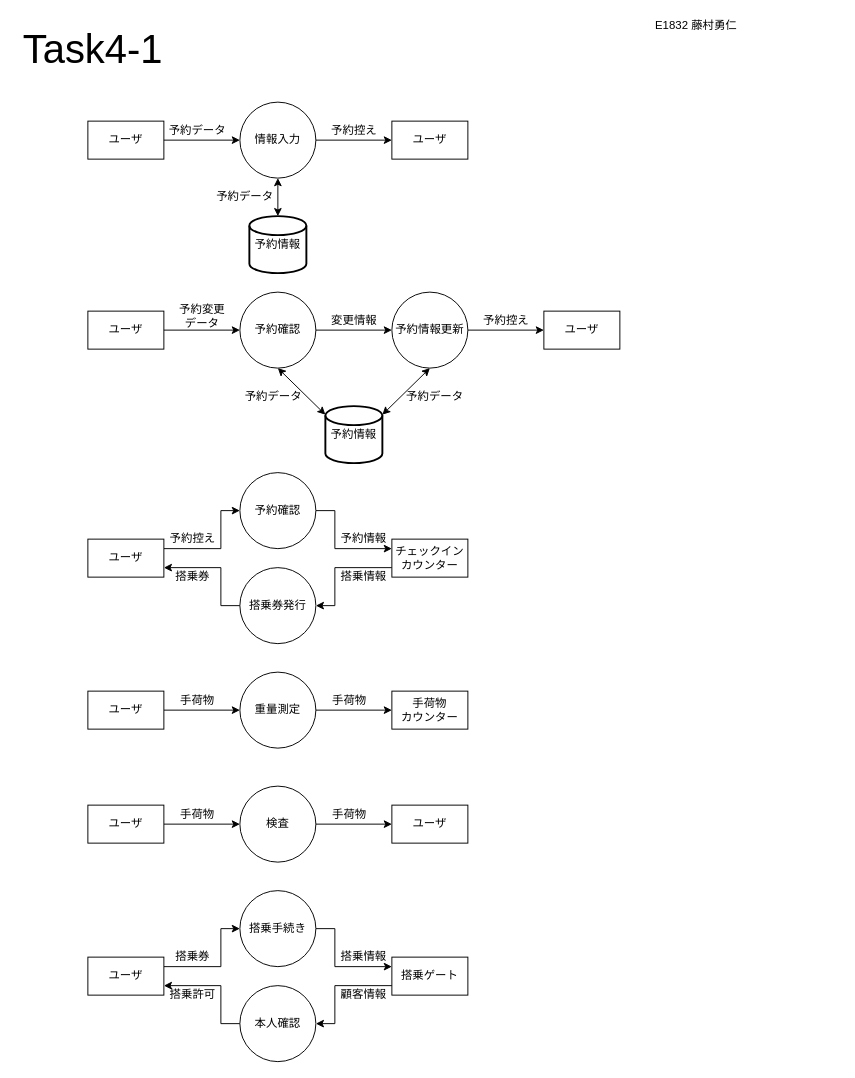
The draw.io diagram softwear/04/task4-1.drawio in fjmrytfjsn/5th, before the edit. Source tidied: cells renumbered, new cells numbered last; positions are measured from the earlier drawing's top-left corner, leaving out a move shared by most shapes. Both pictures are drawn from the tidied source at 95%, with x=0, y=0 at pixel (16, 16).
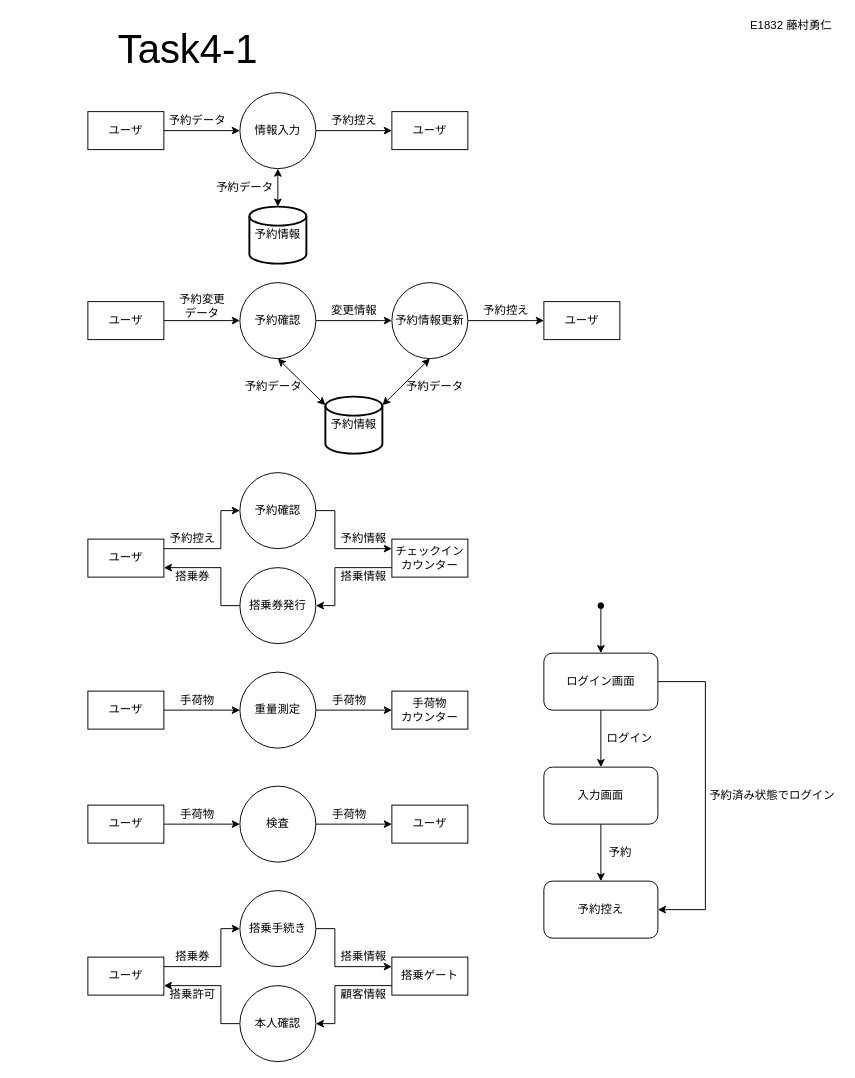
The same diagram, later.

Change to the diagram source:
```diff
@@
     <mxCell id="2" value="ユーザ" style="rounded=0;whiteSpace=wrap;html=1;" parent="1" vertex="1">
-      <mxGeometry x="75" y="110" width="80" height="40" as="geometry" />
+      <mxGeometry x="75" y="100" width="80" height="40" as="geometry" />
     </mxCell>
@@
     <mxCell id="4" value="情報入力" style="ellipse;whiteSpace=wrap;html=1;" parent="1" vertex="1">
-      <mxGeometry x="235" y="90" width="80" height="80" as="geometry" />
+      <mxGeometry x="235" y="80" width="80" height="80" as="geometry" />
     </mxCell>
@@
     <mxCell id="6" value="ユーザ" style="rounded=0;whiteSpace=wrap;html=1;" parent="1" vertex="1">
-      <mxGeometry x="75" y="310" width="80" height="40" as="geometry" />
+      <mxGeometry x="75" y="300" width="80" height="40" as="geometry" />
     </mxCell>
     <mxCell id="7" value="予約データ" style="text;html=1;align=center;verticalAlign=middle;strokeColor=none;fillColor=none;" parent="1" vertex="1">
-      <mxGeometry x="155" y="110" width="70" height="20" as="geometry" />
+      <mxGeometry x="155" y="100" width="70" height="20" as="geometry" />
     </mxCell>
     <mxCell id="8" value="ユーザ" style="rounded=0;whiteSpace=wrap;html=1;" parent="1" vertex="1">
-      <mxGeometry x="395" y="110" width="80" height="40" as="geometry" />
+      <mxGeometry x="395" y="100" width="80" height="40" as="geometry" />
     </mxCell>
     <mxCell id="9" value="予約情報" style="strokeWidth=2;html=1;shape=mxgraph.flowchart.database;whiteSpace=wrap;" parent="1" vertex="1">
-      <mxGeometry x="245" y="210" width="60" height="60" as="geometry" />
+      <mxGeometry x="245" y="200" width="60" height="60" as="geometry" />
     </mxCell>
     <mxCell id="10" style="endArrow=classic;html=1;rounded=0;exitX=0.5;exitY=1;exitDx=0;exitDy=0;entryX=0.5;entryY=0;entryDx=0;entryDy=0;entryPerimeter=0;startArrow=classic;startFill=1;" parent="1" edge="1" target="9">
       <mxGeometry relative="1" as="geometry">
-        <mxPoint x="275" y="170" as="sourcePoint" />
+        <mxPoint x="275" y="160" as="sourcePoint" />
       </mxGeometry>
     </mxCell>
     <mxCell id="11" value="予約データ" style="text;html=1;align=center;verticalAlign=middle;strokeColor=none;fillColor=none;" parent="1" vertex="1">
-      <mxGeometry x="205" y="180" width="70" height="20" as="geometry" />
+      <mxGeometry x="205" y="170" width="70" height="20" as="geometry" />
     </mxCell>
     <mxCell id="12" value="予約控え" style="text;html=1;align=center;verticalAlign=middle;strokeColor=none;fillColor=none;" parent="1" vertex="1">
-      <mxGeometry x="325" y="110" width="60" height="20" as="geometry" />
+      <mxGeometry x="325" y="100" width="60" height="20" as="geometry" />
     </mxCell>
     <mxCell id="13" value="予約情報" style="strokeWidth=2;html=1;shape=mxgraph.flowchart.database;whiteSpace=wrap;" parent="1" vertex="1">
-      <mxGeometry x="325" y="410" width="60" height="60" as="geometry" />
+      <mxGeometry x="325" y="400" width="60" height="60" as="geometry" />
     </mxCell>
     <mxCell id="14" style="endArrow=classic;html=1;rounded=0;exitX=0.5;exitY=1;exitDx=0;exitDy=0;entryX=0;entryY=0.15;entryDx=0;entryDy=0;entryPerimeter=0;startArrow=classic;startFill=1;" parent="1" edge="1" target="13">
       <mxGeometry relative="1" as="geometry">
-        <mxPoint x="275" y="370" as="sourcePoint" />
+        <mxPoint x="275" y="360" as="sourcePoint" />
       </mxGeometry>
     </mxCell>
     <mxCell id="15" value="予約データ" style="text;html=1;align=center;verticalAlign=middle;strokeColor=none;fillColor=none;" parent="1" vertex="1">
-      <mxGeometry x="235" y="390" width="70" height="20" as="geometry" />
+      <mxGeometry x="235" y="380" width="70" height="20" as="geometry" />
     </mxCell>
@@
     <mxCell id="17" value="予約確認" style="ellipse;whiteSpace=wrap;html=1;" parent="1" vertex="1">
-      <mxGeometry x="235" y="290" width="80" height="80" as="geometry" />
+      <mxGeometry x="235" y="280" width="80" height="80" as="geometry" />
     </mxCell>
@@
     <mxCell id="19" value="&lt;div&gt;予約変更&lt;/div&gt;&lt;div&gt;データ&lt;/div&gt;" style="text;html=1;align=center;verticalAlign=middle;strokeColor=none;fillColor=none;" parent="1" vertex="1">
-      <mxGeometry x="165" y="300" width="60" height="30" as="geometry" />
+      <mxGeometry x="165" y="290" width="60" height="30" as="geometry" />
     </mxCell>
@@
     <mxCell id="21" value="予約情報更新" style="ellipse;whiteSpace=wrap;html=1;" parent="1" vertex="1">
-      <mxGeometry x="395" y="290" width="80" height="80" as="geometry" />
+      <mxGeometry x="395" y="280" width="80" height="80" as="geometry" />
     </mxCell>
     <mxCell id="22" value="変更情報" style="text;html=1;align=center;verticalAlign=middle;strokeColor=none;fillColor=none;" parent="1" vertex="1">
-      <mxGeometry x="325" y="310" width="60" height="20" as="geometry" />
+      <mxGeometry x="325" y="300" width="60" height="20" as="geometry" />
     </mxCell>
@@
     <mxCell id="24" value="予約データ" style="text;html=1;align=center;verticalAlign=middle;strokeColor=none;fillColor=none;" parent="1" vertex="1">
-      <mxGeometry x="405" y="390" width="70" height="20" as="geometry" />
+      <mxGeometry x="405" y="380" width="70" height="20" as="geometry" />
     </mxCell>
     <mxCell id="25" value="ユーザ" style="rounded=0;whiteSpace=wrap;html=1;" parent="1" vertex="1">
-      <mxGeometry x="555" y="310" width="80" height="40" as="geometry" />
+      <mxGeometry x="555" y="300" width="80" height="40" as="geometry" />
     </mxCell>
     <mxCell id="26" value="予約控え" style="text;html=1;align=center;verticalAlign=middle;strokeColor=none;fillColor=none;" parent="1" vertex="1">
-      <mxGeometry x="485" y="310" width="60" height="20" as="geometry" />
+      <mxGeometry x="485" y="300" width="60" height="20" as="geometry" />
     </mxCell>
@@
     <mxCell id="65" value="&lt;font style=&quot;font-size: 42px&quot;&gt;Task4-1&lt;/font&gt;" style="text;html=1;align=center;verticalAlign=middle;strokeColor=none;fillColor=none;" parent="1" vertex="1">
-      <mxGeometry y="20" width="160" height="30" as="geometry" />
+      <mxGeometry x="100" y="20" width="160" height="30" as="geometry" />
     </mxCell>
     <mxCell id="66" value="E1832 藤村勇仁" style="text;html=1;align=center;verticalAlign=middle;strokeColor=none;fillColor=none;" parent="1" vertex="1">
-      <mxGeometry x="665" width="100" height="20" as="geometry" />
+      <mxGeometry x="765" width="100" height="20" as="geometry" />
     </mxCell>
+    <mxCell id="67" style="edgeStyle=orthogonalEdgeStyle;rounded=0;jettySize=auto;html=1;entryX=0.5;entryY=0;entryDx=0;entryDy=0;" parent="1" edge="1" source="68" target="69">
+      <mxGeometry relative="1" as="geometry" />
+    </mxCell>
+    <mxCell id="68" value="入力画面" style="rounded=1;whiteSpace=wrap;html=1;" parent="1" vertex="1">
+      <mxGeometry x="555" y="790" width="120" height="60" as="geometry" />
+    </mxCell>
+    <mxCell id="69" value="予約控え" style="rounded=1;whiteSpace=wrap;html=1;" parent="1" vertex="1">
+      <mxGeometry x="555" y="910" width="120" height="60" as="geometry" />
+    </mxCell>
+    <mxCell id="70" style="edgeStyle=orthogonalEdgeStyle;rounded=0;jettySize=auto;html=1;entryX=0.5;entryY=0;entryDx=0;entryDy=0;" parent="1" edge="1" source="72" target="68">
+      <mxGeometry relative="1" as="geometry" />
+    </mxCell>
+    <mxCell id="71" style="edgeStyle=orthogonalEdgeStyle;rounded=0;jettySize=auto;html=1;exitX=1;exitY=0.5;exitDx=0;exitDy=0;entryX=1;entryY=0.5;entryDx=0;entryDy=0;startArrow=none;startFill=0;" parent="1" edge="1" source="72" target="69">
+      <mxGeometry relative="1" as="geometry">
+        <Array as="points">
+          <mxPoint x="725" y="700" />
+          <mxPoint x="725" y="940" />
+        </Array>
+      </mxGeometry>
+    </mxCell>
+    <mxCell id="72" value="ログイン画面" style="rounded=1;whiteSpace=wrap;html=1;" parent="1" vertex="1">
+      <mxGeometry x="555" y="670" width="120" height="60" as="geometry" />
+    </mxCell>
+    <mxCell id="73" style="endArrow=classic;html=1;rounded=0;entryX=0.5;entryY=0;entryDx=0;entryDy=0;startArrow=oval;startFill=1;" parent="1" edge="1" target="72">
+      <mxGeometry relative="1" as="geometry">
+        <mxPoint x="615" y="620" as="sourcePoint" />
+      </mxGeometry>
+    </mxCell>
+    <mxCell id="74" value="ログイン" style="text;html=1;align=center;verticalAlign=middle;strokeColor=none;fillColor=none;" parent="1" vertex="1">
+      <mxGeometry x="615" y="750" width="60" height="20" as="geometry" />
+    </mxCell>
+    <mxCell id="75" value="予約" style="text;html=1;align=center;verticalAlign=middle;strokeColor=none;fillColor=none;" parent="1" vertex="1">
+      <mxGeometry x="615" y="870" width="40" height="20" as="geometry" />
+    </mxCell>
+    <mxCell id="76" value="予約済み状態でログイン" style="text;html=1;align=center;verticalAlign=middle;strokeColor=none;fillColor=none;" parent="1" vertex="1">
+      <mxGeometry x="725" y="810" width="140" height="20" as="geometry" />
+    </mxCell>
```
